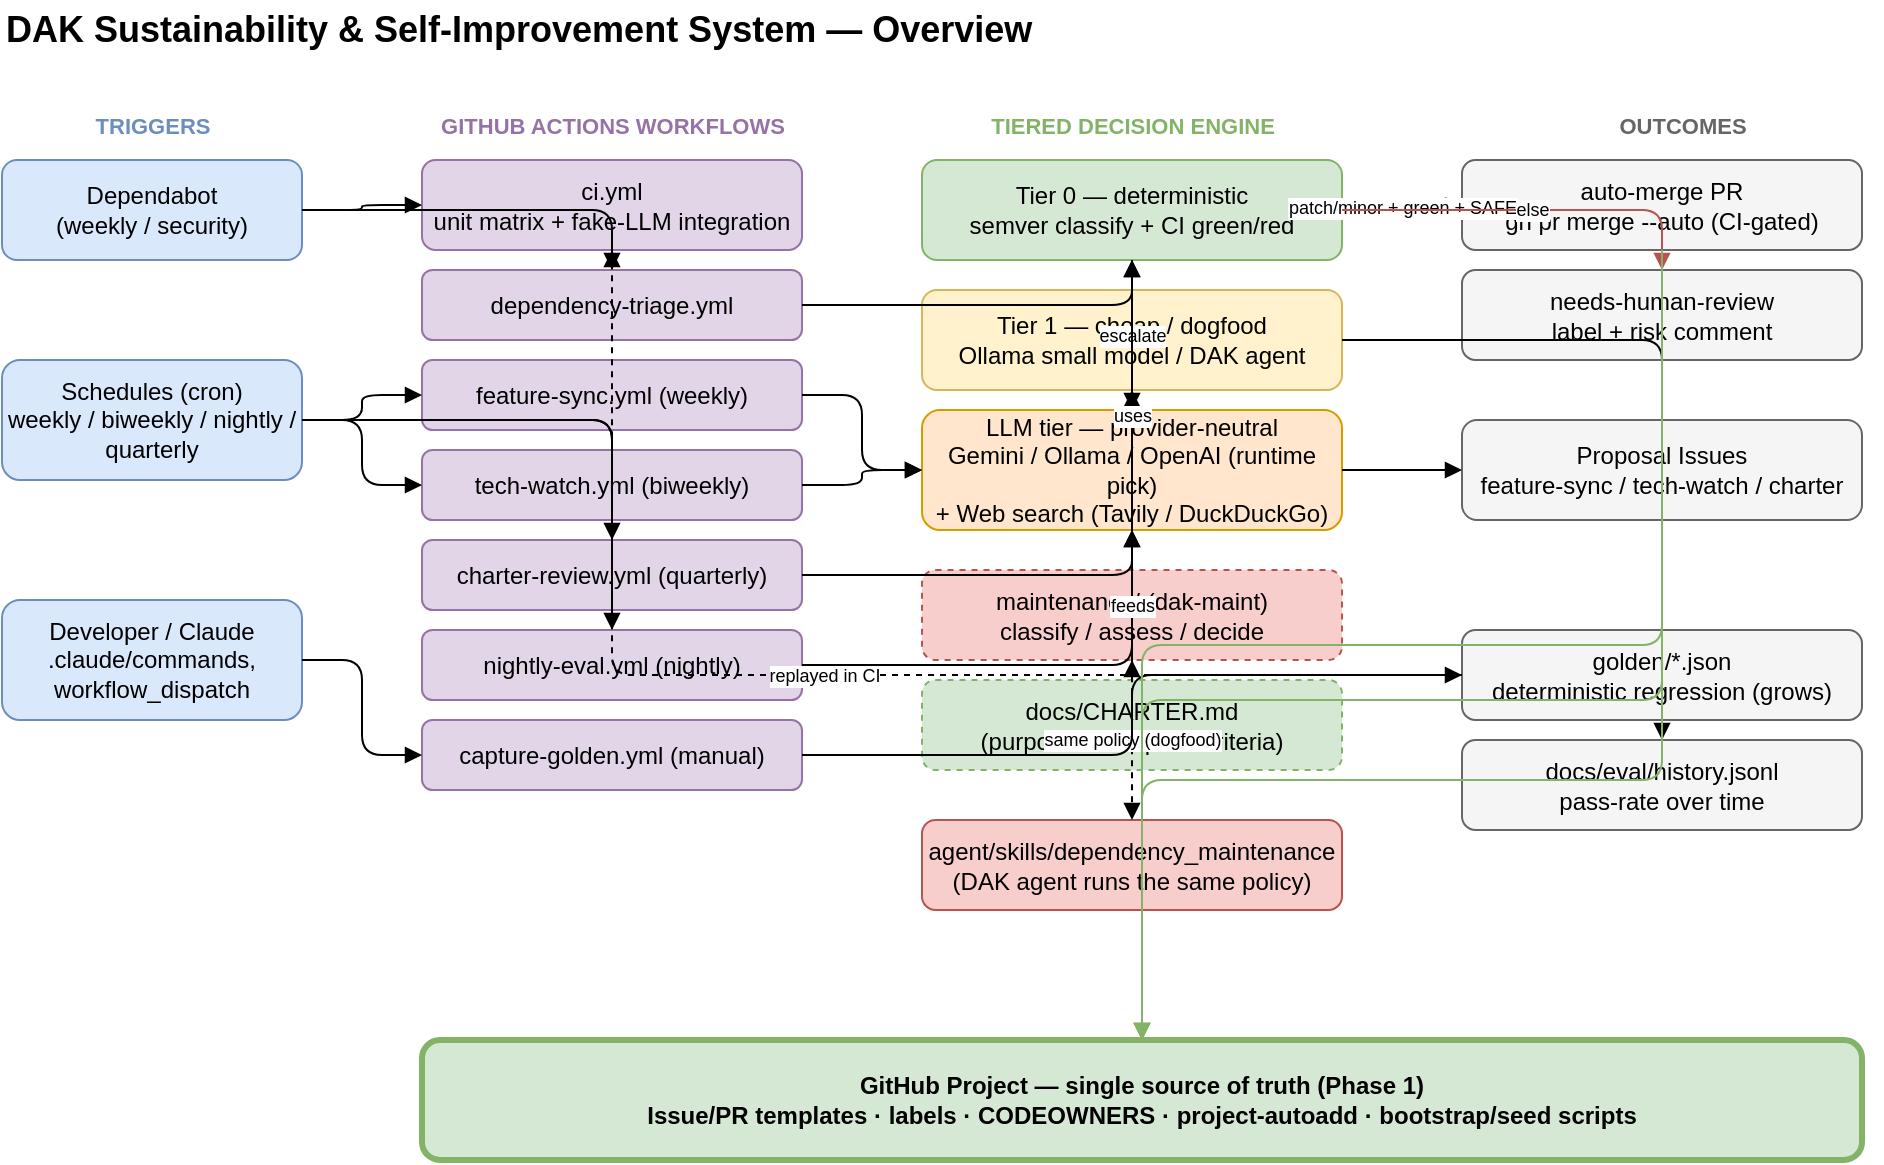
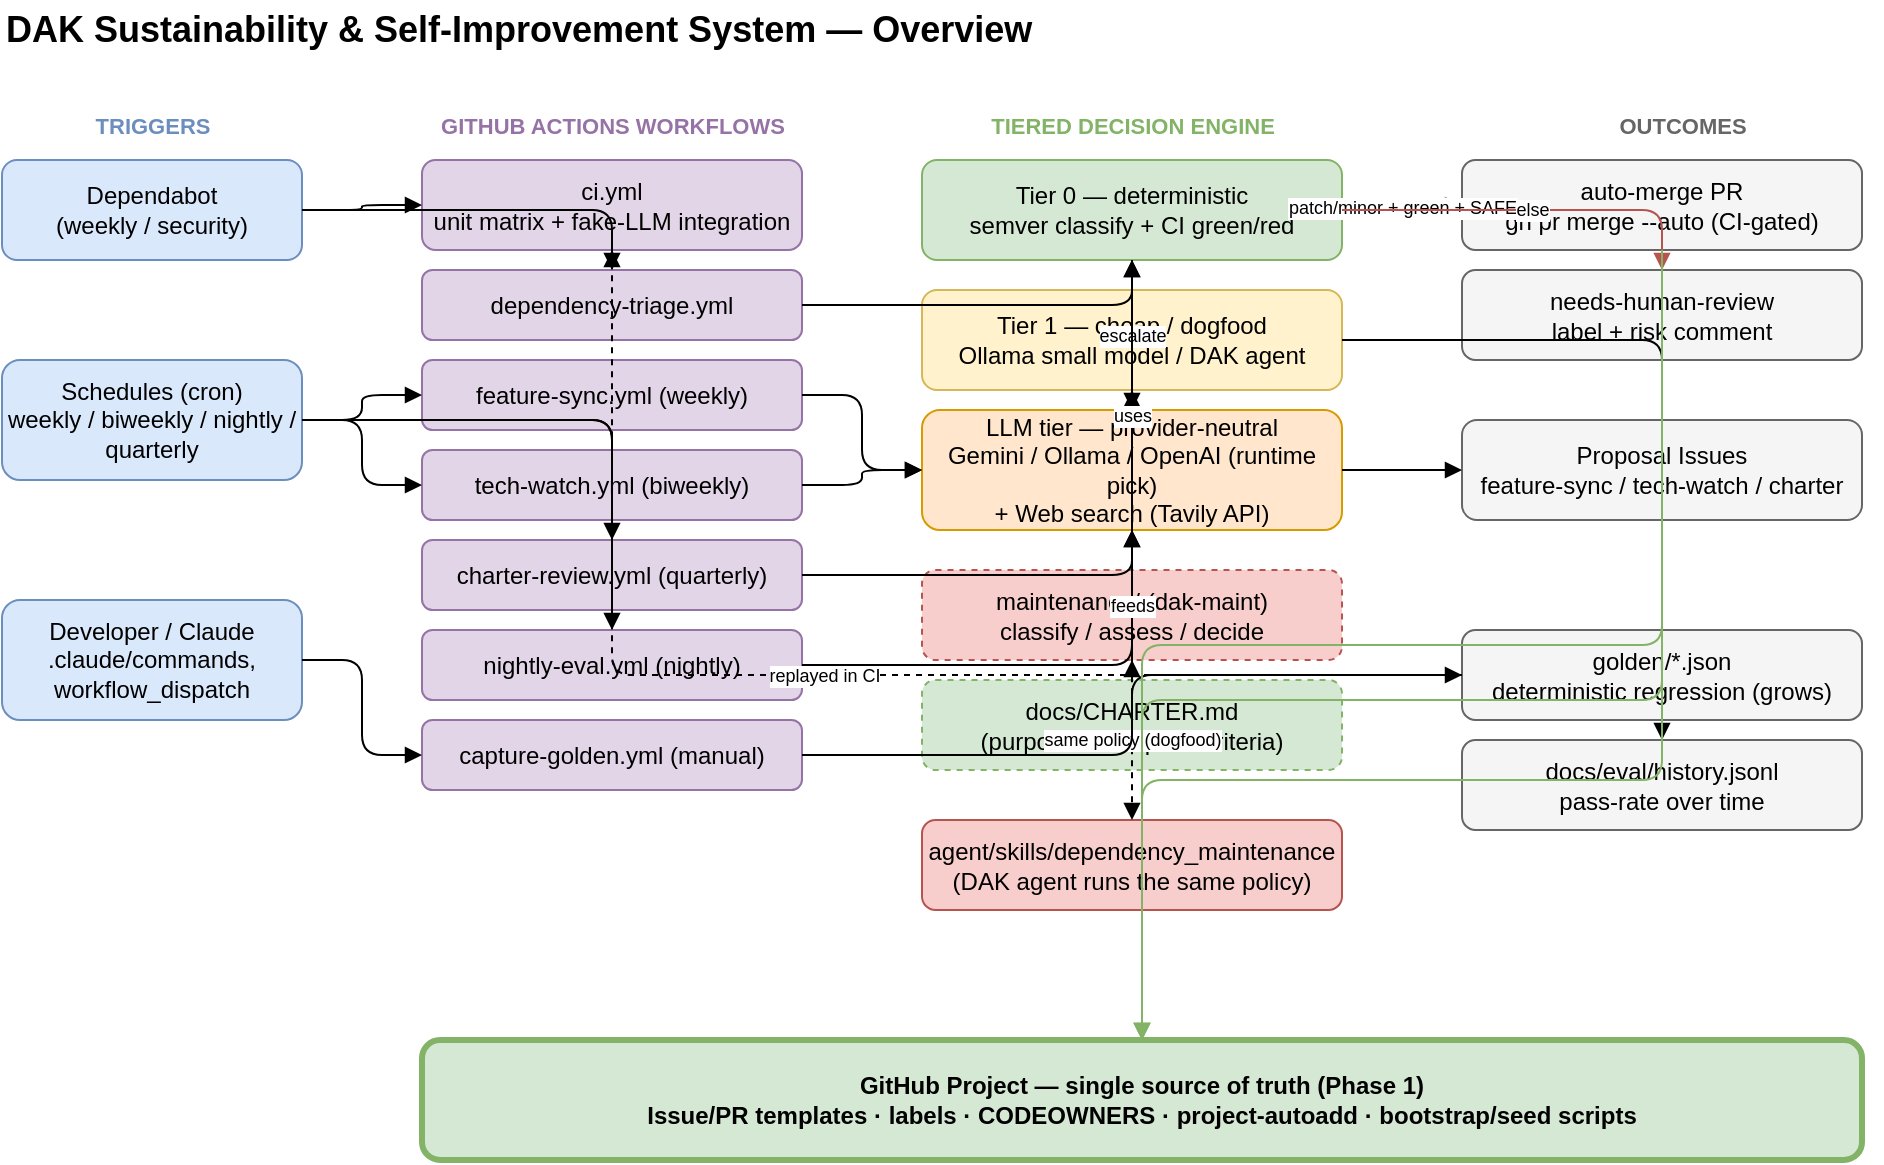
<mxfile host="app.diagrams.net" agent="DAK" version="24.0.0">
  <diagram name="1. System Overview" id="overview">
    <mxGraphModel dx="1400" dy="900" grid="1" gridSize="10" guides="1" tooltips="1" connect="1" arrows="1" fold="1" page="1" pageScale="1" pageWidth="1500" pageHeight="1000" math="0" shadow="0">
      <root>
        <mxCell id="0" />
        <mxCell id="1" parent="0" />

        <mxCell id="title" value="DAK Sustainability &amp; Self-Improvement System — Overview" style="text;html=1;fontSize=18;fontStyle=1;align=left;verticalAlign=middle;" vertex="1" parent="1">
          <mxGeometry x="40" y="20" width="800" height="30" as="geometry" />
        </mxCell>

        <!-- ===== Lane titles ===== -->
        <mxCell id="lt1" value="TRIGGERS" style="text;html=1;fontSize=11;fontStyle=1;fontColor=#6c8ebf;align=center;" vertex="1" parent="1"><mxGeometry x="40" y="70" width="150" height="20" as="geometry" /></mxCell>
        <mxCell id="lt2" value="GITHUB ACTIONS WORKFLOWS" style="text;html=1;fontSize=11;fontStyle=1;fontColor=#9673a6;align=center;" vertex="1" parent="1"><mxGeometry x="250" y="70" width="190" height="20" as="geometry" /></mxCell>
        <mxCell id="lt3" value="TIERED DECISION ENGINE" style="text;html=1;fontSize=11;fontStyle=1;fontColor=#82b366;align=center;" vertex="1" parent="1"><mxGeometry x="500" y="70" width="210" height="20" as="geometry" /></mxCell>
        <mxCell id="lt4" value="OUTCOMES" style="text;html=1;fontSize=11;fontStyle=1;fontColor=#666666;align=center;" vertex="1" parent="1"><mxGeometry x="780" y="70" width="200" height="20" as="geometry" /></mxCell>

        <!-- ===== Triggers ===== -->
        <mxCell id="T1" value="Dependabot&#10;(weekly / security)" style="rounded=1;whiteSpace=wrap;html=1;fillColor=#dae8fc;strokeColor=#6c8ebf;" vertex="1" parent="1"><mxGeometry x="40" y="100" width="150" height="50" as="geometry" /></mxCell>
        <mxCell id="T2" value="Schedules (cron)&#10;weekly / biweekly / nightly / quarterly" style="rounded=1;whiteSpace=wrap;html=1;fillColor=#dae8fc;strokeColor=#6c8ebf;" vertex="1" parent="1"><mxGeometry x="40" y="200" width="150" height="60" as="geometry" /></mxCell>
        <mxCell id="T3" value="Developer / Claude&#10;.claude/commands, workflow_dispatch" style="rounded=1;whiteSpace=wrap;html=1;fillColor=#dae8fc;strokeColor=#6c8ebf;" vertex="1" parent="1"><mxGeometry x="40" y="320" width="150" height="60" as="geometry" /></mxCell>

        <!-- ===== Workflows ===== -->
        <mxCell id="W1" value="ci.yml&#10;unit matrix + fake-LLM integration" style="rounded=1;whiteSpace=wrap;html=1;fillColor=#e1d5e7;strokeColor=#9673a6;" vertex="1" parent="1"><mxGeometry x="250" y="100" width="190" height="45" as="geometry" /></mxCell>
        <mxCell id="W2" value="dependency-triage.yml" style="rounded=1;whiteSpace=wrap;html=1;fillColor=#e1d5e7;strokeColor=#9673a6;" vertex="1" parent="1"><mxGeometry x="250" y="155" width="190" height="35" as="geometry" /></mxCell>
        <mxCell id="W3" value="feature-sync.yml (weekly)" style="rounded=1;whiteSpace=wrap;html=1;fillColor=#e1d5e7;strokeColor=#9673a6;" vertex="1" parent="1"><mxGeometry x="250" y="200" width="190" height="35" as="geometry" /></mxCell>
        <mxCell id="W4" value="tech-watch.yml (biweekly)" style="rounded=1;whiteSpace=wrap;html=1;fillColor=#e1d5e7;strokeColor=#9673a6;" vertex="1" parent="1"><mxGeometry x="250" y="245" width="190" height="35" as="geometry" /></mxCell>
        <mxCell id="W5" value="charter-review.yml (quarterly)" style="rounded=1;whiteSpace=wrap;html=1;fillColor=#e1d5e7;strokeColor=#9673a6;" vertex="1" parent="1"><mxGeometry x="250" y="290" width="190" height="35" as="geometry" /></mxCell>
        <mxCell id="W6" value="nightly-eval.yml (nightly)" style="rounded=1;whiteSpace=wrap;html=1;fillColor=#e1d5e7;strokeColor=#9673a6;" vertex="1" parent="1"><mxGeometry x="250" y="335" width="190" height="35" as="geometry" /></mxCell>
        <mxCell id="W7" value="capture-golden.yml (manual)" style="rounded=1;whiteSpace=wrap;html=1;fillColor=#e1d5e7;strokeColor=#9673a6;" vertex="1" parent="1"><mxGeometry x="250" y="380" width="190" height="35" as="geometry" /></mxCell>

        <!-- ===== Tiered engine ===== -->
        <mxCell id="E0" value="Tier 0 — deterministic&#10;semver classify + CI green/red" style="rounded=1;whiteSpace=wrap;html=1;fillColor=#d5e8d4;strokeColor=#82b366;" vertex="1" parent="1"><mxGeometry x="500" y="100" width="210" height="50" as="geometry" /></mxCell>
        <mxCell id="E1" value="Tier 1 — cheap / dogfood&#10;Ollama small model / DAK agent" style="rounded=1;whiteSpace=wrap;html=1;fillColor=#fff2cc;strokeColor=#d6b656;" vertex="1" parent="1"><mxGeometry x="500" y="165" width="210" height="50" as="geometry" /></mxCell>
-         <mxCell id="E2" value="LLM tier — provider-neutral&#10;Gemini / Ollama / OpenAI (runtime pick)&#10;+ Web search (Tavily / DuckDuckGo)" style="rounded=1;whiteSpace=wrap;html=1;fillColor=#ffe6cc;strokeColor=#d79b00;" vertex="1" parent="1"><mxGeometry x="500" y="225" width="210" height="60" as="geometry" /></mxCell>
+         <mxCell id="E2" value="LLM tier — provider-neutral&#10;Gemini / Ollama / OpenAI (runtime pick)&#10;+ Web search (Tavily API)" style="rounded=1;whiteSpace=wrap;html=1;fillColor=#ffe6cc;strokeColor=#d79b00;" vertex="1" parent="1"><mxGeometry x="500" y="225" width="210" height="60" as="geometry" /></mxCell>

        <mxCell id="IN2" value="maintenance/ (dak-maint)&#10;classify / assess / decide" style="rounded=1;whiteSpace=wrap;html=1;fillColor=#f8cecc;strokeColor=#b85450;dashed=1;" vertex="1" parent="1"><mxGeometry x="500" y="305" width="210" height="45" as="geometry" /></mxCell>
        <mxCell id="IN1" value="docs/CHARTER.md&#10;(purpose &amp; adoption criteria)" style="rounded=1;whiteSpace=wrap;html=1;fillColor=#d5e8d4;strokeColor=#82b366;dashed=1;" vertex="1" parent="1"><mxGeometry x="500" y="360" width="210" height="45" as="geometry" /></mxCell>

        <!-- ===== Outcomes ===== -->
        <mxCell id="O1" value="auto-merge PR&#10;gh pr merge --auto (CI-gated)" style="rounded=1;whiteSpace=wrap;html=1;fillColor=#f5f5f5;strokeColor=#666666;" vertex="1" parent="1"><mxGeometry x="770" y="100" width="200" height="45" as="geometry" /></mxCell>
        <mxCell id="O2" value="needs-human-review&#10;label + risk comment" style="rounded=1;whiteSpace=wrap;html=1;fillColor=#f5f5f5;strokeColor=#666666;" vertex="1" parent="1"><mxGeometry x="770" y="155" width="200" height="45" as="geometry" /></mxCell>
        <mxCell id="O3" value="Proposal Issues&#10;feature-sync / tech-watch / charter" style="rounded=1;whiteSpace=wrap;html=1;fillColor=#f5f5f5;strokeColor=#666666;" vertex="1" parent="1"><mxGeometry x="770" y="230" width="200" height="50" as="geometry" /></mxCell>
        <mxCell id="O4" value="golden/*.json&#10;deterministic regression (grows)" style="rounded=1;whiteSpace=wrap;html=1;fillColor=#f5f5f5;strokeColor=#666666;" vertex="1" parent="1"><mxGeometry x="770" y="335" width="200" height="45" as="geometry" /></mxCell>
        <mxCell id="O5" value="docs/eval/history.jsonl&#10;pass-rate over time" style="rounded=1;whiteSpace=wrap;html=1;fillColor=#f5f5f5;strokeColor=#666666;" vertex="1" parent="1"><mxGeometry x="770" y="390" width="200" height="45" as="geometry" /></mxCell>

        <!-- ===== Dogfood skill ===== -->
        <mxCell id="D1" value="agent/skills/dependency_maintenance&#10;(DAK agent runs the same policy)" style="rounded=1;whiteSpace=wrap;html=1;fillColor=#f8cecc;strokeColor=#b85450;" vertex="1" parent="1"><mxGeometry x="500" y="430" width="210" height="45" as="geometry" /></mxCell>

        <!-- ===== Hub ===== -->
        <mxCell id="HUB" value="GitHub Project — single source of truth (Phase 1)&#10;Issue/PR templates · labels · CODEOWNERS · project-autoadd · bootstrap/seed scripts" style="rounded=1;whiteSpace=wrap;html=1;fillColor=#d5e8d4;strokeColor=#82b366;strokeWidth=3;fontStyle=1;" vertex="1" parent="1"><mxGeometry x="250" y="540" width="720" height="60" as="geometry" /></mxCell>

        <!-- ===== Edges ===== -->
        <mxCell id="e1" style="edgeStyle=orthogonalEdgeStyle;rounded=1;html=1;endArrow=block;" edge="1" parent="1" source="T1" target="W1"><mxGeometry relative="1" as="geometry" /></mxCell>
        <mxCell id="e2" style="edgeStyle=orthogonalEdgeStyle;rounded=1;html=1;endArrow=block;" edge="1" parent="1" source="T1" target="W2"><mxGeometry relative="1" as="geometry" /></mxCell>
        <mxCell id="e3" style="edgeStyle=orthogonalEdgeStyle;rounded=1;html=1;endArrow=block;" edge="1" parent="1" source="T2" target="W3"><mxGeometry relative="1" as="geometry" /></mxCell>
        <mxCell id="e4" style="edgeStyle=orthogonalEdgeStyle;rounded=1;html=1;endArrow=block;" edge="1" parent="1" source="T2" target="W4"><mxGeometry relative="1" as="geometry" /></mxCell>
        <mxCell id="e5" style="edgeStyle=orthogonalEdgeStyle;rounded=1;html=1;endArrow=block;" edge="1" parent="1" source="T2" target="W5"><mxGeometry relative="1" as="geometry" /></mxCell>
        <mxCell id="e6" style="edgeStyle=orthogonalEdgeStyle;rounded=1;html=1;endArrow=block;" edge="1" parent="1" source="T2" target="W6"><mxGeometry relative="1" as="geometry" /></mxCell>
        <mxCell id="e7" style="edgeStyle=orthogonalEdgeStyle;rounded=1;html=1;endArrow=block;" edge="1" parent="1" source="T3" target="W7"><mxGeometry relative="1" as="geometry" /></mxCell>

        <mxCell id="e8" style="edgeStyle=orthogonalEdgeStyle;rounded=1;html=1;endArrow=block;" edge="1" parent="1" source="W2" target="E0"><mxGeometry relative="1" as="geometry" /></mxCell>
        <mxCell id="e9" value="escalate" style="edgeStyle=orthogonalEdgeStyle;rounded=1;html=1;endArrow=block;dashed=1;fontSize=9;" edge="1" parent="1" source="E0" target="E2"><mxGeometry relative="1" as="geometry" /></mxCell>
        <mxCell id="e10" style="edgeStyle=orthogonalEdgeStyle;rounded=1;html=1;endArrow=block;" edge="1" parent="1" source="W3" target="E2"><mxGeometry relative="1" as="geometry" /></mxCell>
        <mxCell id="e11" style="edgeStyle=orthogonalEdgeStyle;rounded=1;html=1;endArrow=block;" edge="1" parent="1" source="W4" target="E2"><mxGeometry relative="1" as="geometry" /></mxCell>
        <mxCell id="e12" style="edgeStyle=orthogonalEdgeStyle;rounded=1;html=1;endArrow=block;" edge="1" parent="1" source="W5" target="E2"><mxGeometry relative="1" as="geometry" /></mxCell>
        <mxCell id="e13" style="edgeStyle=orthogonalEdgeStyle;rounded=1;html=1;endArrow=block;" edge="1" parent="1" source="W6" target="E1"><mxGeometry relative="1" as="geometry" /></mxCell>

        <mxCell id="e14" value="uses" style="edgeStyle=orthogonalEdgeStyle;rounded=1;html=1;endArrow=block;fontSize=9;" edge="1" parent="1" source="IN2" target="E0"><mxGeometry relative="1" as="geometry" /></mxCell>
        <mxCell id="e15" value="feeds" style="edgeStyle=orthogonalEdgeStyle;rounded=1;html=1;endArrow=block;fontSize=9;" edge="1" parent="1" source="IN1" target="E2"><mxGeometry relative="1" as="geometry" /></mxCell>
        <mxCell id="e16" value="same policy (dogfood)" style="edgeStyle=orthogonalEdgeStyle;rounded=1;html=1;startArrow=block;endArrow=block;dashed=1;fontSize=9;" edge="1" parent="1" source="IN2" target="D1"><mxGeometry relative="1" as="geometry" /></mxCell>

        <mxCell id="e17" value="patch/minor + green + SAFE" style="edgeStyle=orthogonalEdgeStyle;rounded=1;html=1;endArrow=block;fontSize=9;strokeColor=#82b366;" edge="1" parent="1" source="E0" target="O1"><mxGeometry relative="1" as="geometry" /></mxCell>
        <mxCell id="e18" value="else" style="edgeStyle=orthogonalEdgeStyle;rounded=1;html=1;endArrow=block;fontSize=9;strokeColor=#b85450;" edge="1" parent="1" source="E0" target="O2"><mxGeometry relative="1" as="geometry" /></mxCell>
        <mxCell id="e19" style="edgeStyle=orthogonalEdgeStyle;rounded=1;html=1;endArrow=block;" edge="1" parent="1" source="E2" target="O3"><mxGeometry relative="1" as="geometry" /></mxCell>
        <mxCell id="e20" style="edgeStyle=orthogonalEdgeStyle;rounded=1;html=1;endArrow=block;" edge="1" parent="1" source="W7" target="O4"><mxGeometry relative="1" as="geometry" /></mxCell>
        <mxCell id="e21" style="edgeStyle=orthogonalEdgeStyle;rounded=1;html=1;endArrow=block;" edge="1" parent="1" source="E1" target="O5"><mxGeometry relative="1" as="geometry" /></mxCell>
        <mxCell id="e22" value="replayed in CI" style="edgeStyle=orthogonalEdgeStyle;rounded=1;html=1;endArrow=block;dashed=1;fontSize=9;" edge="1" parent="1" source="O4" target="W1"><mxGeometry relative="1" as="geometry" /></mxCell>

        <!-- into hub -->
        <mxCell id="e23" style="edgeStyle=orthogonalEdgeStyle;rounded=1;html=1;endArrow=block;strokeColor=#82b366;" edge="1" parent="1" source="O1" target="HUB"><mxGeometry relative="1" as="geometry" /></mxCell>
        <mxCell id="e24" style="edgeStyle=orthogonalEdgeStyle;rounded=1;html=1;endArrow=block;strokeColor=#82b366;" edge="1" parent="1" source="O2" target="HUB"><mxGeometry relative="1" as="geometry" /></mxCell>
        <mxCell id="e25" style="edgeStyle=orthogonalEdgeStyle;rounded=1;html=1;endArrow=block;strokeColor=#82b366;" edge="1" parent="1" source="O3" target="HUB"><mxGeometry relative="1" as="geometry" /></mxCell>
      </root>
    </mxGraphModel>
  </diagram>

  <diagram name="2. Dependency triage flow" id="triage">
    <mxGraphModel dx="1400" dy="900" grid="1" gridSize="10" guides="1" tooltips="1" connect="1" arrows="1" fold="1" page="1" pageScale="1" pageWidth="1200" pageHeight="850" math="0" shadow="0">
      <root>
        <mxCell id="0" />
        <mxCell id="1" parent="0" />

        <mxCell id="t" value="Dependency triage — decision flow (auto-merge policy)" style="text;html=1;fontSize=16;fontStyle=1;align=left;" vertex="1" parent="1"><mxGeometry x="40" y="20" width="700" height="30" as="geometry" /></mxCell>

        <mxCell id="s" value="Dependabot opens PR" style="rounded=1;whiteSpace=wrap;html=1;fillColor=#dae8fc;strokeColor=#6c8ebf;" vertex="1" parent="1"><mxGeometry x="80" y="80" width="180" height="40" as="geometry" /></mxCell>
        <mxCell id="ci" value="ci.yml runs&#10;(unit + integration)" style="rounded=1;whiteSpace=wrap;html=1;fillColor=#e1d5e7;strokeColor=#9673a6;" vertex="1" parent="1"><mxGeometry x="80" y="150" width="180" height="45" as="geometry" /></mxCell>
        <mxCell id="tr" value="dependency-triage.yml&#10;(pull_request_target, base code only)" style="rounded=1;whiteSpace=wrap;html=1;fillColor=#e1d5e7;strokeColor=#9673a6;" vertex="1" parent="1"><mxGeometry x="60" y="225" width="220" height="50" as="geometry" /></mxCell>

        <mxCell id="d0" value="classify_update()&#10;bump = ?" style="rhombus;whiteSpace=wrap;html=1;fillColor=#d5e8d4;strokeColor=#82b366;" vertex="1" parent="1"><mxGeometry x="90" y="310" width="160" height="90" as="geometry" /></mxCell>
        <mxCell id="d1" value="CI green?" style="rhombus;whiteSpace=wrap;html=1;fillColor=#d5e8d4;strokeColor=#82b366;" vertex="1" parent="1"><mxGeometry x="350" y="315" width="130" height="80" as="geometry" /></mxCell>
        <mxCell id="ar" value="assess_risk()&#10;Tier1 heuristic/Ollama&#10;→ escalate Tier2 if needed" style="rounded=1;whiteSpace=wrap;html=1;fillColor=#fff2cc;strokeColor=#d6b656;" vertex="1" parent="1"><mxGeometry x="560" y="150" width="210" height="60" as="geometry" /></mxCell>
        <mxCell id="d2" value="risk == SAFE?" style="rhombus;whiteSpace=wrap;html=1;fillColor=#fff2cc;strokeColor=#d6b656;" vertex="1" parent="1"><mxGeometry x="590" y="250" width="150" height="80" as="geometry" /></mxCell>

        <mxCell id="am" value="AUTO-MERGE&#10;gh pr merge --auto --squash&#10;+ label auto-merge-candidate" style="rounded=1;whiteSpace=wrap;html=1;fillColor=#d5e8d4;strokeColor=#82b366;fontStyle=1;" vertex="1" parent="1"><mxGeometry x="850" y="150" width="230" height="70" as="geometry" /></mxCell>
        <mxCell id="nr" value="NEEDS HUMAN REVIEW&#10;label needs-human-review&#10;+ risk summary comment" style="rounded=1;whiteSpace=wrap;html=1;fillColor=#f8cecc;strokeColor=#b85450;fontStyle=1;" vertex="1" parent="1"><mxGeometry x="850" y="420" width="230" height="70" as="geometry" /></mxCell>
        <mxCell id="proj" value="GitHub Project (tracked)" style="rounded=1;whiteSpace=wrap;html=1;fillColor=#d5e8d4;strokeColor=#82b366;strokeWidth=2;" vertex="1" parent="1"><mxGeometry x="850" y="560" width="230" height="45" as="geometry" /></mxCell>

        <mxCell id="f1" style="edgeStyle=orthogonalEdgeStyle;rounded=1;html=1;endArrow=block;" edge="1" parent="1" source="s" target="ci"><mxGeometry relative="1" as="geometry" /></mxCell>
        <mxCell id="f2" style="edgeStyle=orthogonalEdgeStyle;rounded=1;html=1;endArrow=block;" edge="1" parent="1" source="ci" target="tr"><mxGeometry relative="1" as="geometry" /></mxCell>
        <mxCell id="f3" style="edgeStyle=orthogonalEdgeStyle;rounded=1;html=1;endArrow=block;" edge="1" parent="1" source="tr" target="d0"><mxGeometry relative="1" as="geometry" /></mxCell>
        <mxCell id="f4" value="major / unknown / none" style="edgeStyle=orthogonalEdgeStyle;rounded=1;html=1;endArrow=block;fontSize=9;strokeColor=#b85450;" edge="1" parent="1" source="d0" target="nr"><mxGeometry relative="1" as="geometry" /></mxCell>
        <mxCell id="f5" value="patch / minor" style="edgeStyle=orthogonalEdgeStyle;rounded=1;html=1;endArrow=block;fontSize=9;" edge="1" parent="1" source="d0" target="d1"><mxGeometry relative="1" as="geometry" /></mxCell>
        <mxCell id="f6" value="no" style="edgeStyle=orthogonalEdgeStyle;rounded=1;html=1;endArrow=block;fontSize=9;strokeColor=#b85450;" edge="1" parent="1" source="d1" target="nr"><mxGeometry relative="1" as="geometry" /></mxCell>
        <mxCell id="f7" value="yes" style="edgeStyle=orthogonalEdgeStyle;rounded=1;html=1;endArrow=block;fontSize=9;" edge="1" parent="1" source="d1" target="ar"><mxGeometry relative="1" as="geometry" /></mxCell>
        <mxCell id="f8" style="edgeStyle=orthogonalEdgeStyle;rounded=1;html=1;endArrow=block;" edge="1" parent="1" source="ar" target="d2"><mxGeometry relative="1" as="geometry" /></mxCell>
        <mxCell id="f9" value="yes" style="edgeStyle=orthogonalEdgeStyle;rounded=1;html=1;endArrow=block;fontSize=9;strokeColor=#82b366;" edge="1" parent="1" source="d2" target="am"><mxGeometry relative="1" as="geometry" /></mxCell>
        <mxCell id="f10" value="no (risky/breaking/unknown)" style="edgeStyle=orthogonalEdgeStyle;rounded=1;html=1;endArrow=block;fontSize=9;strokeColor=#b85450;" edge="1" parent="1" source="d2" target="nr"><mxGeometry relative="1" as="geometry" /></mxCell>
        <mxCell id="f11" value="branch protection: real merge only when CI green" style="edgeStyle=orthogonalEdgeStyle;rounded=1;html=1;endArrow=block;dashed=1;fontSize=9;" edge="1" parent="1" source="am" target="proj"><mxGeometry relative="1" as="geometry" /></mxCell>
        <mxCell id="f12" style="edgeStyle=orthogonalEdgeStyle;rounded=1;html=1;endArrow=block;" edge="1" parent="1" source="nr" target="proj"><mxGeometry relative="1" as="geometry" /></mxCell>
      </root>
    </mxGraphModel>
  </diagram>
</mxfile>
